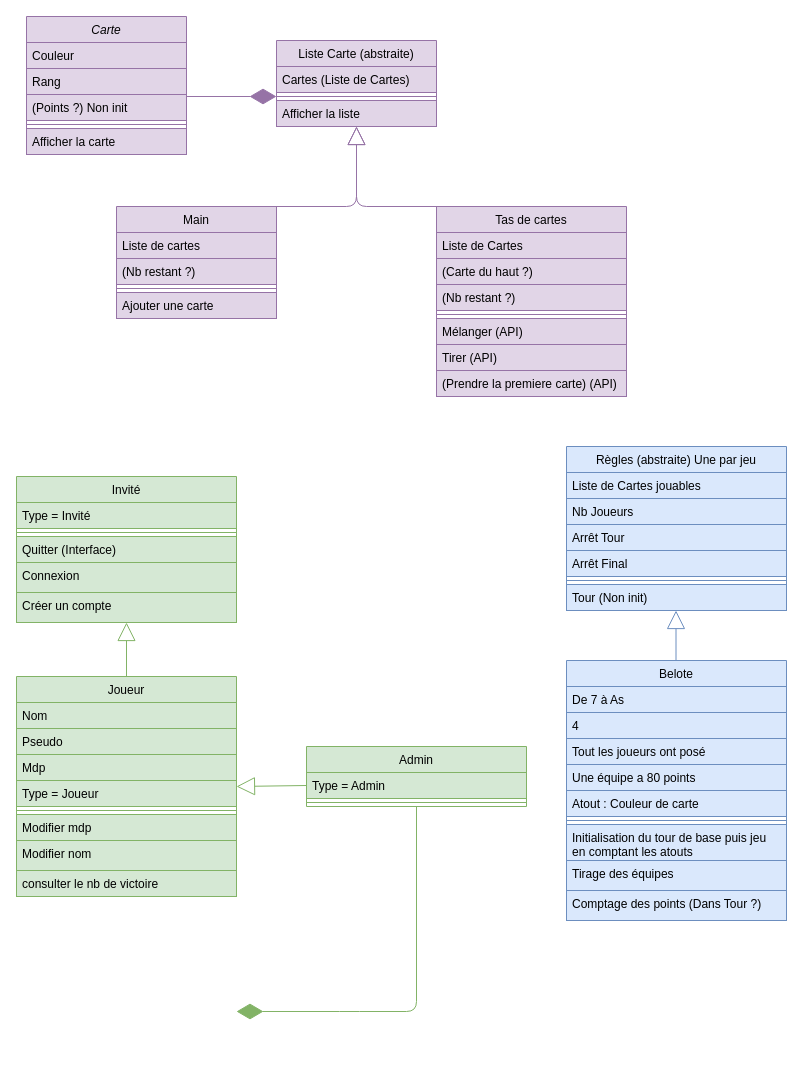
CamiliaKashi/ProjetInfo2A keeps this draw.io diagram as Diagrams/ClassDiagram.drawio. Above is the earlier version. Source tidied: cells renumbered, new cells numbered last; positions are measured from the earlier drawing's top-left corner, leaving out a move shared by most shapes. Both pictures are drawn from the tidied source at 100%, with x=0, y=0 at pixel (16, 16).
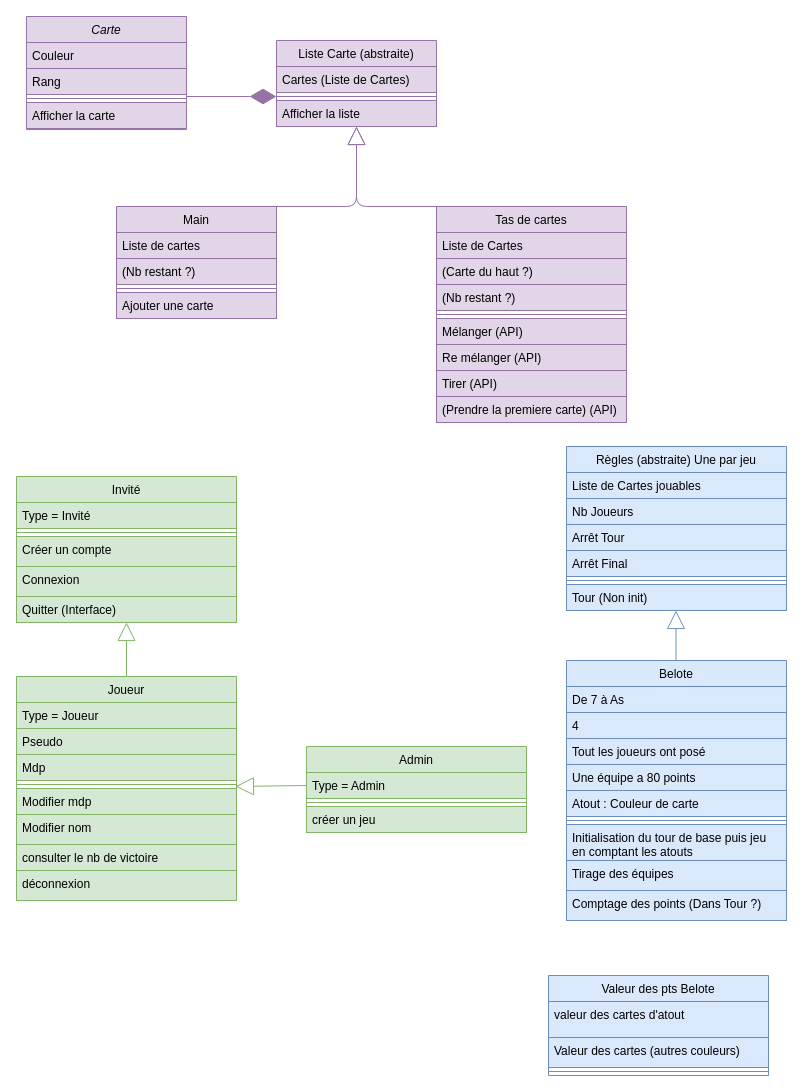
Above is the later version.

Unchanged cells that the change refers to:
```xml
<mxCell id="51" value="Mdp" style="text;align=left;verticalAlign=top;spacingLeft=4;spacingRight=4;overflow=hidden;points=[[0,0.5],[1,0.5]];portConstraint=eastwest;rounded=0;shadow=0;html=0;fillColor=#d5e8d4;strokeColor=#82b366;" parent="48" vertex="1">
  <mxGeometry y="78" width="220" height="26" as="geometry" />
</mxCell>
<mxCell id="58" value="Invité" style="swimlane;fontStyle=0;align=center;verticalAlign=top;horizontal=1;startSize=26;rounded=0;shadow=0;strokeWidth=1;fillColor=#d5e8d4;strokeColor=#82b366;" parent="1" vertex="1">
  <mxGeometry y="460" width="220" height="146" as="geometry" />
</mxCell>
<mxCell id="64" value="Admin" style="swimlane;fontStyle=0;align=center;verticalAlign=top;horizontal=1;startSize=26;rounded=0;shadow=0;strokeWidth=1;fillColor=#d5e8d4;strokeColor=#82b366;" parent="1" vertex="1">
  <mxGeometry x="290" y="730" width="220" height="60" as="geometry" />
</mxCell>
<mxCell id="65" value="Type = Admin" style="text;align=left;verticalAlign=top;spacingLeft=4;spacingRight=4;overflow=hidden;points=[[0,0.5],[1,0.5]];portConstraint=eastwest;rounded=0;shadow=0;html=0;fillColor=#d5e8d4;strokeColor=#82b366;" parent="64" vertex="1">
  <mxGeometry y="26" width="220" height="26" as="geometry" />
</mxCell>
```

What changed in the source:
```diff
@@
     <mxCell id="2" value="Carte" style="swimlane;fontStyle=2;align=center;verticalAlign=top;horizontal=1;startSize=26;rounded=0;shadow=0;strokeWidth=1;fillColor=#e1d5e7;strokeColor=#9673a6;" parent="1" vertex="1">
-      <mxGeometry x="10" width="160" height="138" as="geometry" />
+      <mxGeometry x="10" width="160" height="113" as="geometry" />
     </mxCell>
@@
-    <mxCell id="5" value="(Points ?) Non init" style="text;align=left;verticalAlign=top;spacingLeft=4;spacingRight=4;overflow=hidden;rounded=0;shadow=0;html=0;fillColor=#e1d5e7;strokeColor=#9673a6;" parent="2" vertex="1">
-      <mxGeometry y="78" width="160" height="26" as="geometry" />
-    </mxCell>
     <mxCell id="6" style="line;html=1;strokeWidth=1;align=left;verticalAlign=middle;spacingTop=-1;spacingLeft=3;spacingRight=3;labelPosition=right;fillColor=#e1d5e7;strokeColor=#9673a6;" parent="2" vertex="1">
-      <mxGeometry y="104" width="160" height="8" as="geometry" />
+      <mxGeometry y="78" width="160" height="8" as="geometry" />
     </mxCell>
     <mxCell id="7" value="Afficher la carte" style="text;align=left;verticalAlign=top;spacingLeft=4;spacingRight=4;overflow=hidden;fillColor=#e1d5e7;strokeColor=#9673a6;" parent="2" vertex="1">
-      <mxGeometry y="112" width="160" height="26" as="geometry" />
+      <mxGeometry y="86" width="160" height="26" as="geometry" />
     </mxCell>
@@
     <mxCell id="12" value="Tas de cartes&#10;" style="swimlane;fontStyle=0;align=center;verticalAlign=top;horizontal=1;startSize=26;rounded=0;shadow=0;strokeWidth=1;fillColor=#e1d5e7;strokeColor=#9673a6;" parent="1" vertex="1">
-      <mxGeometry x="420" y="190" width="190" height="190" as="geometry" />
+      <mxGeometry x="420" y="190" width="190" height="216" as="geometry" />
     </mxCell>
@@
+    <mxCell id="67" value="Re mélanger (API)" style="text;align=left;verticalAlign=top;spacingLeft=4;spacingRight=4;overflow=hidden;fillColor=#e1d5e7;strokeColor=#9673a6;" parent="12" vertex="1">
+      <mxGeometry y="138" width="190" height="26" as="geometry" />
+    </mxCell>
     <mxCell id="18" value="Tirer (API)" style="text;align=left;verticalAlign=top;spacingLeft=4;spacingRight=4;overflow=hidden;fillColor=#e1d5e7;strokeColor=#9673a6;" parent="12" vertex="1">
-      <mxGeometry y="138" width="190" height="26" as="geometry" />
+      <mxGeometry y="164" width="190" height="26" as="geometry" />
     </mxCell>
     <mxCell id="19" value="(Prendre la premiere carte) (API)" style="text;align=left;verticalAlign=top;spacingLeft=4;spacingRight=4;overflow=hidden;fillColor=#e1d5e7;strokeColor=#9673a6;" parent="12" vertex="1">
-      <mxGeometry y="164" width="190" height="26" as="geometry" />
+      <mxGeometry y="190" width="190" height="26" as="geometry" />
     </mxCell>
@@
-    <mxCell id="29" style="endArrow=diamondThin;endFill=1;endSize=24;html=1;fillColor=#d5e8d4;strokeColor=#82b366;exitX=0.5;exitY=1;exitDx=0;exitDy=0;entryX=1;entryY=0.5;entryDx=0;entryDy=0;" parent="1" edge="1" source="64">
-      <mxGeometry relative="1" as="geometry">
-        <mxPoint x="220" y="995" as="targetPoint" />
-        <Array as="points">
-          <mxPoint x="400" y="995" />
-          <mxPoint x="333" y="995" />
-        </Array>
-      </mxGeometry>
-    </mxCell>
@@
-    <mxCell id="47" style="endArrow=block;endSize=16;endFill=0;html=1;fillColor=#d5e8d4;strokeColor=#82b366;entryX=1;entryY=0.5;entryDx=0;entryDy=0;exitX=0;exitY=0.5;exitDx=0;exitDy=0;" parent="1" edge="1" source="65" target="48">
+    <mxCell id="47" style="endArrow=block;endSize=16;endFill=0;html=1;fillColor=#d5e8d4;strokeColor=#82b366;exitX=0;exitY=0.5;exitDx=0;exitDy=0;entryX=0.995;entryY=1.231;entryDx=0;entryDy=0;entryPerimeter=0;" parent="1" edge="1" source="65" target="51">
       <mxGeometry relative="1" as="geometry" />
     </mxCell>
     <mxCell id="48" value="Joueur" style="swimlane;fontStyle=0;align=center;verticalAlign=top;horizontal=1;startSize=26;rounded=0;shadow=0;strokeWidth=1;fillColor=#d5e8d4;strokeColor=#82b366;" parent="1" vertex="1">
-      <mxGeometry y="660" width="220" height="220" as="geometry" />
+      <mxGeometry y="660" width="220" height="224" as="geometry" />
     </mxCell>
-    <mxCell id="49" value="Nom" style="text;align=left;verticalAlign=top;spacingLeft=4;spacingRight=4;overflow=hidden;fillColor=#d5e8d4;strokeColor=#82b366;" parent="48" vertex="1">
-      <mxGeometry y="26" width="220" height="26" as="geometry" />
-    </mxCell>
+    <mxCell id="52" value="Type = Joueur" style="text;align=left;verticalAlign=top;spacingLeft=4;spacingRight=4;overflow=hidden;rounded=0;shadow=0;html=0;fillColor=#d5e8d4;strokeColor=#82b366;" parent="48" vertex="1">
+      <mxGeometry y="26" width="220" height="26" as="geometry" />
+    </mxCell>
@@
-    <mxCell id="52" value="Type = Joueur" style="text;align=left;verticalAlign=top;spacingLeft=4;spacingRight=4;overflow=hidden;rounded=0;shadow=0;html=0;fillColor=#d5e8d4;strokeColor=#82b366;" parent="48" vertex="1">
-      <mxGeometry y="104" width="220" height="26" as="geometry" />
-    </mxCell>
     <mxCell id="53" style="line;html=1;strokeWidth=1;align=left;verticalAlign=middle;spacingTop=-1;spacingLeft=3;spacingRight=3;labelPosition=right;fillColor=#d5e8d4;strokeColor=#82b366;" parent="48" vertex="1">
-      <mxGeometry y="130" width="220" height="8" as="geometry" />
+      <mxGeometry y="104" width="220" height="8" as="geometry" />
     </mxCell>
     <mxCell id="54" value="Modifier mdp" style="text;align=left;verticalAlign=top;spacingLeft=4;spacingRight=4;overflow=hidden;fillColor=#d5e8d4;strokeColor=#82b366;" parent="48" vertex="1">
-      <mxGeometry y="138" width="220" height="26" as="geometry" />
+      <mxGeometry y="112" width="220" height="26" as="geometry" />
     </mxCell>
     <mxCell id="55" value="Modifier nom" style="text;align=left;verticalAlign=top;spacingLeft=4;spacingRight=4;overflow=hidden;fillColor=#d5e8d4;strokeColor=#82b366;" parent="48" vertex="1">
-      <mxGeometry y="164" width="220" height="30" as="geometry" />
+      <mxGeometry y="138" width="220" height="30" as="geometry" />
     </mxCell>
     <mxCell id="56" value="consulter le nb de victoire" style="text;align=left;verticalAlign=top;spacingLeft=4;spacingRight=4;overflow=hidden;rounded=0;shadow=0;html=0;fillColor=#d5e8d4;strokeColor=#82b366;" parent="48" vertex="1">
-      <mxGeometry y="194" width="220" height="26" as="geometry" />
+      <mxGeometry y="168" width="220" height="26" as="geometry" />
     </mxCell>
-    <mxCell id="57" style="endArrow=block;endSize=16;endFill=0;html=1;fillColor=#d5e8d4;strokeColor=#82b366;exitX=0.5;exitY=0;exitDx=0;exitDy=0;" parent="1" edge="1" source="48" target="63">
-      <mxGeometry relative="1" as="geometry" />
-    </mxCell>
+    <mxCell id="68" value="déconnexion" style="text;align=left;verticalAlign=top;spacingLeft=4;spacingRight=4;overflow=hidden;fillColor=#d5e8d4;strokeColor=#82b366;" parent="48" vertex="1">
+      <mxGeometry y="194" width="220" height="30" as="geometry" />
+    </mxCell>
@@
+    <mxCell id="63" value="Créer un compte" style="text;align=left;verticalAlign=top;spacingLeft=4;spacingRight=4;overflow=hidden;points=[[0,0.5],[1,0.5]];portConstraint=eastwest;fillColor=#d5e8d4;strokeColor=#82b366;" parent="58" vertex="1">
+      <mxGeometry y="60" width="220" height="30" as="geometry" />
+    </mxCell>
+    <mxCell id="62" value="Connexion" style="text;align=left;verticalAlign=top;spacingLeft=4;spacingRight=4;overflow=hidden;fillColor=#d5e8d4;strokeColor=#82b366;" parent="58" vertex="1">
+      <mxGeometry y="90" width="220" height="30" as="geometry" />
+    </mxCell>
     <mxCell id="61" value="Quitter (Interface)" style="text;align=left;verticalAlign=top;spacingLeft=4;spacingRight=4;overflow=hidden;points=[[0,0.5],[1,0.5]];portConstraint=eastwest;fillColor=#d5e8d4;strokeColor=#82b366;" parent="58" vertex="1">
-      <mxGeometry y="60" width="220" height="26" as="geometry" />
+      <mxGeometry y="120" width="220" height="26" as="geometry" />
     </mxCell>
-    <mxCell id="62" value="Connexion" style="text;align=left;verticalAlign=top;spacingLeft=4;spacingRight=4;overflow=hidden;fillColor=#d5e8d4;strokeColor=#82b366;" parent="58" vertex="1">
-      <mxGeometry y="86" width="220" height="30" as="geometry" />
-    </mxCell>
-    <mxCell id="63" value="Créer un compte" style="text;align=left;verticalAlign=top;spacingLeft=4;spacingRight=4;overflow=hidden;points=[[0,0.5],[1,0.5]];portConstraint=eastwest;fillColor=#d5e8d4;strokeColor=#82b366;" parent="58" vertex="1">
-      <mxGeometry y="116" width="220" height="30" as="geometry" />
-    </mxCell>
@@
+    <mxCell id="69" value="créer un jeu" style="text;align=left;verticalAlign=top;spacingLeft=4;spacingRight=4;overflow=hidden;rounded=0;shadow=0;html=0;fillColor=#d5e8d4;strokeColor=#82b366;" parent="1" vertex="1">
+      <mxGeometry x="290" y="790" width="220" height="26" as="geometry" />
+    </mxCell>
+    <mxCell id="70" style="endArrow=block;endSize=16;endFill=0;html=1;fillColor=#d5e8d4;strokeColor=#82b366;exitX=0.5;exitY=0;exitDx=0;exitDy=0;" parent="1" edge="1" source="48" target="61">
+      <mxGeometry relative="1" as="geometry" />
+    </mxCell>
+    <mxCell id="71" value="Valeur des pts Belote" style="swimlane;fontStyle=0;align=center;verticalAlign=top;horizontal=1;startSize=26;rounded=0;shadow=0;strokeWidth=1;fillColor=#dae8fc;strokeColor=#6c8ebf;" parent="1" vertex="1">
+      <mxGeometry x="532" y="959" width="220" height="100" as="geometry" />
+    </mxCell>
+    <mxCell id="72" value="valeur des cartes d'atout" style="text;align=left;verticalAlign=top;spacingLeft=4;spacingRight=4;overflow=hidden;fillColor=#dae8fc;strokeColor=#6c8ebf;" parent="71" vertex="1">
+      <mxGeometry y="26" width="220" height="36" as="geometry" />
+    </mxCell>
+    <mxCell id="73" value="Valeur des cartes (autres couleurs)" style="text;align=left;verticalAlign=top;spacingLeft=4;spacingRight=4;overflow=hidden;fillColor=#dae8fc;strokeColor=#6c8ebf;" parent="71" vertex="1">
+      <mxGeometry y="62" width="220" height="30" as="geometry" />
+    </mxCell>
+    <mxCell id="74" style="line;html=1;strokeWidth=1;align=left;verticalAlign=middle;spacingTop=-1;spacingLeft=3;spacingRight=3;labelPosition=right;fillColor=#dae8fc;strokeColor=#6c8ebf;" parent="71" vertex="1">
+      <mxGeometry y="92" width="220" height="8" as="geometry" />
+    </mxCell>
```
